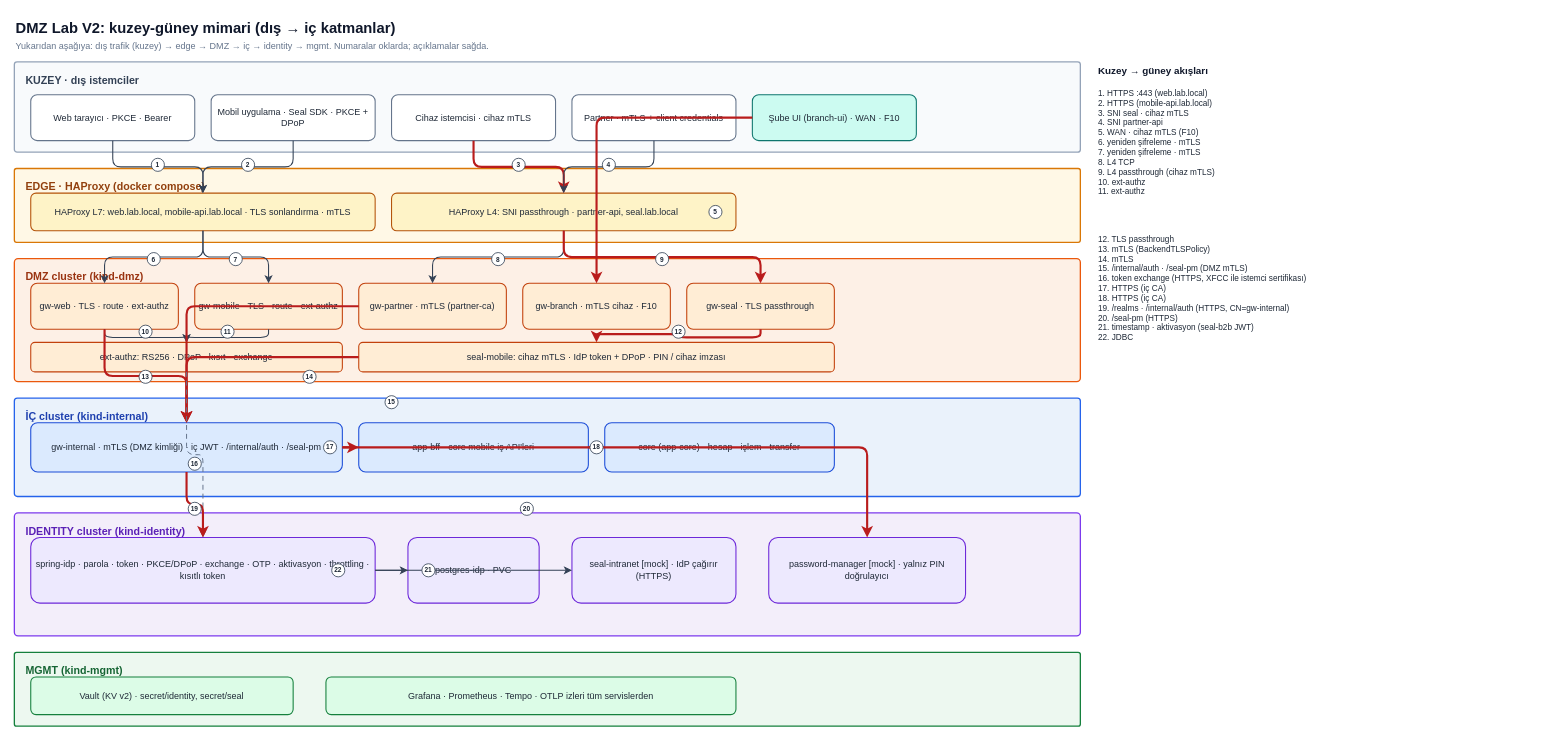
This is page "V2 kuzey-güney mimari" (1 of 5) of docs/dmz-lab-v2.drawio from olgunyldz/dmz-lab, a draw.io file, before an edit. Source tidied: cells renumbered, new cells numbered last; positions are measured from the earlier drawing's top-left corner, leaving out a move shared by most shapes. Both pictures are drawn from the tidied source at 82%, with x=0, y=0 at pixel (14, 14).
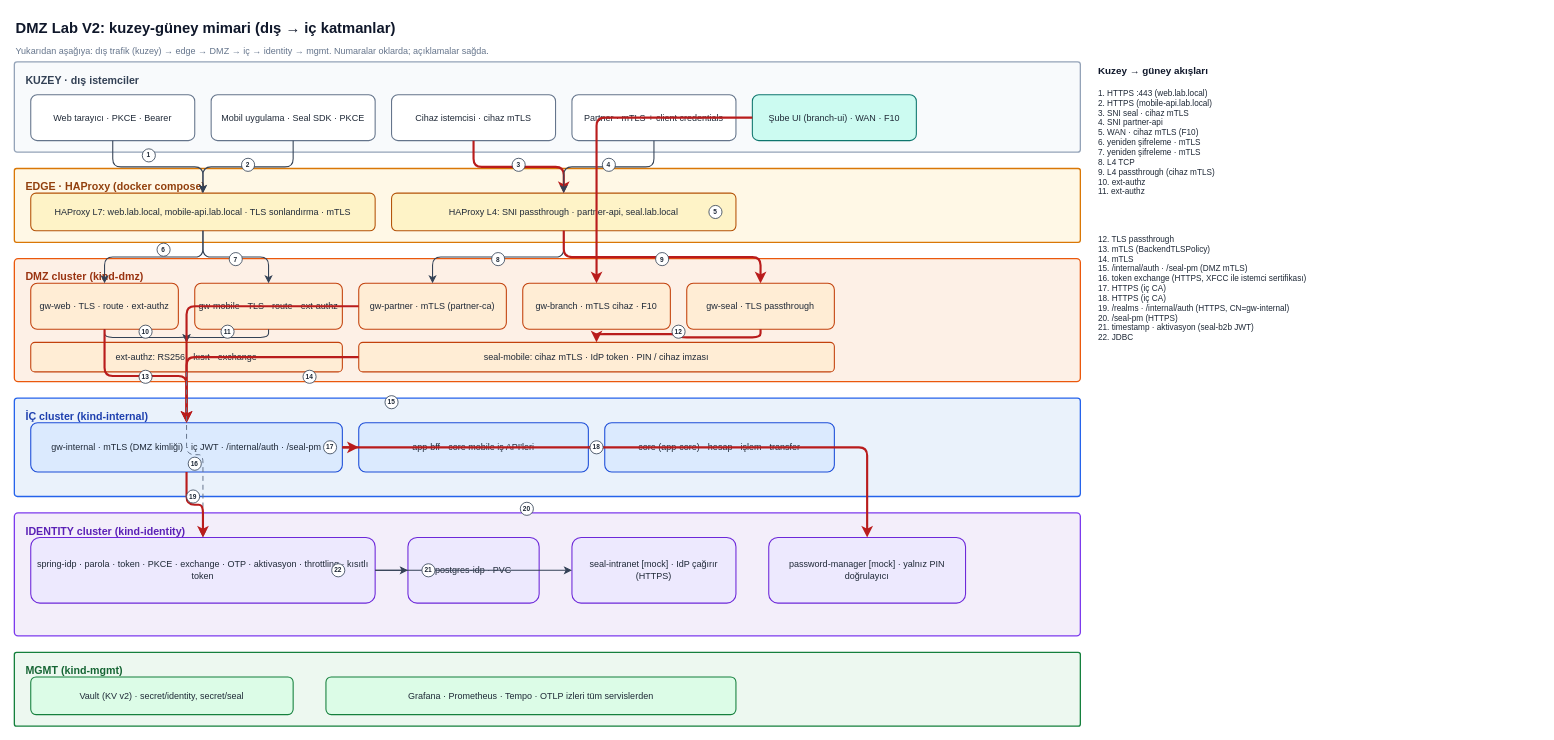
The same page after the edit.

The edit, as a diff of the source:
```diff
@@
     <mxCell id="3" value="Yukarıdan aşağıya: dış trafik (kuzey) → edge → DMZ → iç → identity → mgmt. Numaralar oklarda; açıklamalar sağda." style="text;html=1;fontSize=11;align=left;verticalAlign=middle;fontColor=#64748B;" parent="1" vertex="1">
-      <mxGeometry y="28" width="1300" height="22" as="geometry" />
+      <mxGeometry y="34" width="1300" height="22" as="geometry" />
     </mxCell>
@@
-    <mxCell id="11" value="Mobil uygulama · Seal SDK · PKCE + DPoP" style="rounded=1;whiteSpace=wrap;html=1;arcSize=14;fillColor=#FFFFFF;strokeColor=#64748B;strokeWidth=1.3;fontSize=11;fontColor=#1F2937;spacing=6;" parent="1" vertex="1">
+    <mxCell id="11" value="Mobil uygulama · Seal SDK · PKCE" style="rounded=1;whiteSpace=wrap;html=1;arcSize=14;fillColor=#FFFFFF;strokeColor=#64748B;strokeWidth=1.3;fontSize=11;fontColor=#1F2937;spacing=6;" parent="1" vertex="1">
       <mxGeometry x="240" y="98" width="200" height="56" as="geometry" />
     </mxCell>
@@
-    <mxCell id="22" value="ext-authz: RS256 · DPoP · kısıt · exchange" style="rounded=1;whiteSpace=wrap;html=1;arcSize=14;fillColor=#FFEDD5;strokeColor=#C2410C;strokeWidth=1.3;fontSize=11;fontColor=#1F2937;spacing=6;" parent="1" vertex="1">
+    <mxCell id="22" value="ext-authz: RS256 · kısıt · exchange" style="rounded=1;whiteSpace=wrap;html=1;arcSize=14;fillColor=#FFEDD5;strokeColor=#C2410C;strokeWidth=1.3;fontSize=11;fontColor=#1F2937;spacing=6;" parent="1" vertex="1">
       <mxGeometry x="20" y="400" width="380" height="36" as="geometry" />
     </mxCell>
-    <mxCell id="23" value="seal-mobile: cihaz mTLS · IdP token + DPoP · PIN / cihaz imzası" style="rounded=1;whiteSpace=wrap;html=1;arcSize=14;fillColor=#FFEDD5;strokeColor=#C2410C;strokeWidth=1.3;fontSize=11;fontColor=#1F2937;spacing=6;" parent="1" vertex="1">
+    <mxCell id="23" value="seal-mobile: cihaz mTLS · IdP token · PIN / cihaz imzası" style="rounded=1;whiteSpace=wrap;html=1;arcSize=14;fillColor=#FFEDD5;strokeColor=#C2410C;strokeWidth=1.3;fontSize=11;fontColor=#1F2937;spacing=6;" parent="1" vertex="1">
       <mxGeometry x="420" y="400" width="580" height="36" as="geometry" />
     </mxCell>
@@
-    <mxCell id="27" value="spring-idp · parola · token · PKCE/DPoP · exchange · OTP · aktivasyon · throttling · kısıtlı token" style="rounded=1;whiteSpace=wrap;html=1;arcSize=14;fillColor=#EDE9FE;strokeColor=#6D28D9;strokeWidth=1.3;fontSize=11;fontColor=#1F2937;spacing=6;" parent="1" vertex="1">
+    <mxCell id="27" value="spring-idp · parola · token · PKCE · exchange · OTP · aktivasyon · throttling · kısıtlı token" style="rounded=1;whiteSpace=wrap;html=1;arcSize=14;fillColor=#EDE9FE;strokeColor=#6D28D9;strokeWidth=1.3;fontSize=11;fontColor=#1F2937;spacing=6;" parent="1" vertex="1">
       <mxGeometry x="20" y="638" width="420" height="80" as="geometry" />
     </mxCell>
@@
     <mxCell id="55" value="1" style="shape=ellipse;perimeter=ellipsePerimeter;whiteSpace=wrap;html=1;fontSize=8;fontStyle=1;fillColor=#FFFFFF;strokeColor=#334155;align=center;verticalAlign=middle;spacing=0;fontColor=#1F2937;" parent="1" vertex="1">
-      <mxGeometry x="167" y="175.5" width="16" height="16" as="geometry" />
+      <mxGeometry x="156" y="164" width="16" height="16" as="geometry" />
     </mxCell>
@@
     <mxCell id="60" value="6" style="shape=ellipse;perimeter=ellipsePerimeter;whiteSpace=wrap;html=1;fontSize=8;fontStyle=1;fillColor=#FFFFFF;strokeColor=#334155;align=center;verticalAlign=middle;spacing=0;fontColor=#1F2937;" parent="1" vertex="1">
-      <mxGeometry x="162" y="290.5" width="16" height="16" as="geometry" />
+      <mxGeometry x="174" y="279" width="16" height="16" as="geometry" />
     </mxCell>
@@
     <mxCell id="73" value="19" style="shape=ellipse;perimeter=ellipsePerimeter;whiteSpace=wrap;html=1;fontSize=8;fontStyle=1;fillColor=#FFFFFF;strokeColor=#334155;align=center;verticalAlign=middle;spacing=0;fontColor=#1F2937;" parent="1" vertex="1">
-      <mxGeometry x="212" y="595" width="16" height="16" as="geometry" />
+      <mxGeometry x="210" y="580" width="16" height="16" as="geometry" />
     </mxCell>
```
